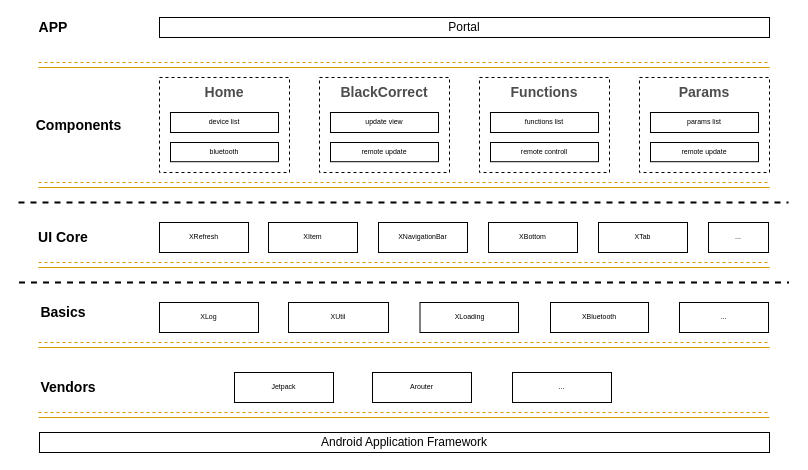
Before: 头盔手机端架构大图.drawio in ColonelDarcy2018/excelsior, a draw.io diagram. Source tidied: cells renumbered, new cells numbered last; positions are measured from the earlier drawing's top-left corner, leaving out a move shared by most shapes. Both pictures are drawn from the tidied source at 100%, with x=0, y=0 at pixel (18, 17).
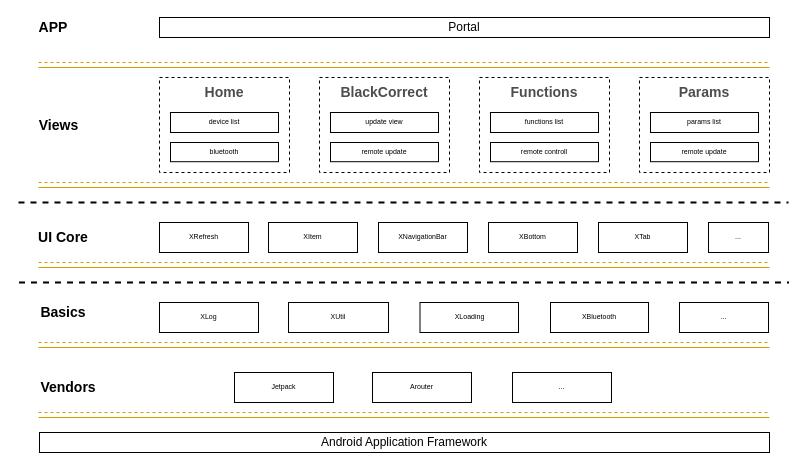
After the change.

Commit message (it also covers changes not shown here):
Update 头盔手机端架构大图.drawio

The edit, as a diff of the source:
```diff
@@
-    <mxCell id="8" value="Components" style="text;html=1;strokeColor=none;fillColor=none;align=center;verticalAlign=middle;whiteSpace=wrap;rounded=0;fontSize=14;fontStyle=1;" parent="1" vertex="1">
-      <mxGeometry x="21" y="97.5" width="79" height="20" as="geometry" />
+    <mxCell id="8" value="Views" style="text;html=1;strokeColor=none;fillColor=none;align=center;verticalAlign=middle;whiteSpace=wrap;rounded=0;fontSize=14;fontStyle=1;" parent="1" vertex="1">
+      <mxGeometry x="21" y="97.5" width="39" height="20" as="geometry" />
     </mxCell>
```
